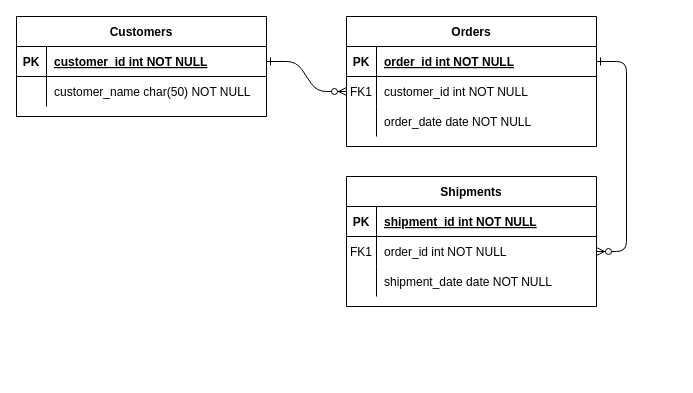
Before: Diagrama sem nome.drawio in sofidocx/mdc053, a draw.io diagram. Source tidied: cells renumbered, new cells numbered last; positions are measured from the earlier drawing's top-left corner, leaving out a move shared by most shapes. Both pictures are drawn from the tidied source at 100%, with x=0, y=0 at pixel (16, 16).
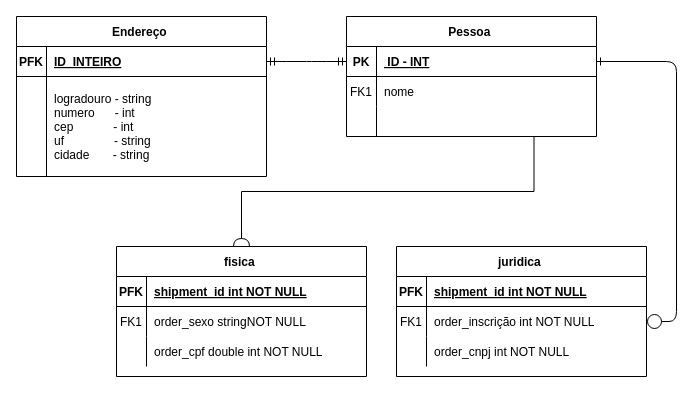
After the change.

The change refers to these unchanged cells:
```xml
<mxCell id="8" style="shape=partialRectangle;fillColor=none;points=[[0,0.5],[1,0.5]];portConstraint=eastwest;top=0;left=0;right=0;bottom=0;" parent="4" vertex="1">
  <mxGeometry y="60" width="250" height="30" as="geometry" />
</mxCell>
<mxCell id="11" style="shape=partialRectangle;fillColor=none;top=0;left=0;right=0;bottom=0;" parent="4" vertex="1">
  <mxGeometry y="90" width="250" height="30" as="geometry" />
</mxCell>
<mxCell id="15" style="shape=partialRectangle;fillColor=none;top=0;left=0;right=0;bottom=1;" parent="14" vertex="1">
  <mxGeometry y="30" width="250" height="30" as="geometry" />
</mxCell>
<mxCell id="18" style="shape=partialRectangle;fillColor=none;points=[[0,0.5],[1,0.5]];portConstraint=eastwest;top=0;left=0;right=0;bottom=0;" parent="14" vertex="1">
  <mxGeometry y="60" width="250" height="30" as="geometry" />
</mxCell>
<mxCell id="21" style="shape=partialRectangle;fillColor=none;top=0;left=0;right=0;bottom=0;" parent="14" vertex="1">
  <mxGeometry y="90" width="250" height="30" as="geometry" />
</mxCell>
<mxCell id="25" style="shape=partialRectangle;fillColor=none;points=[[0,0.5],[1,0.5]];portConstraint=eastwest;top=0;left=0;right=0;bottom=1;" parent="24" vertex="1">
  <mxGeometry y="30" width="250" height="30" as="geometry" />
</mxCell>
```

What changed in the source:
```diff
@@
-    <mxCell id="2" style="edgeStyle=entityRelationEdgeStyle;endArrow=ERzeroToMany;startArrow=ERone;endFill=1;startFill=0;" parent="1" edge="1" source="25" target="8">
+    <mxCell id="2" style="edgeStyle=entityRelationEdgeStyle;endArrow=ERmandOne;startArrow=ERmandOne;endFill=0;startFill=0;entryX=0;entryY=0.5;entryDx=0;entryDy=0;" parent="1" edge="1" source="25" target="5">
       <mxGeometry relative="1" as="geometry" />
     </mxCell>
-    <mxCell id="3" style="edgeStyle=entityRelationEdgeStyle;endArrow=ERzeroToMany;startArrow=ERone;endFill=1;startFill=0;" parent="1" edge="1" source="5" target="18">
-      <mxGeometry relative="1" as="geometry" />
+    <mxCell id="3" style="edgeStyle=entityRelationEdgeStyle;endArrow=circle;startArrow=ERone;endFill=0;startFill=0;" parent="1" edge="1" source="5" target="18">
+      <mxGeometry relative="1" as="geometry">
+        <Array as="points">
+          <mxPoint x="480" y="210" />
+          <mxPoint x="560" y="210" />
+          <mxPoint x="650" y="340" />
+        </Array>
+      </mxGeometry>
     </mxCell>
+    <mxCell id="31" style="rounded=0;jettySize=auto;html=1;exitX=0.75;exitY=1;exitDx=0;exitDy=0;verticalAlign=middle;edgeStyle=orthogonalEdgeStyle;entryX=0.5;entryY=0;entryDx=0;entryDy=0;horizontal=1;endArrow=halfCircle;endFill=0;" parent="1" edge="1" source="4" target="32">
+      <mxGeometry relative="1" as="geometry" />
+    </mxCell>
-    <mxCell id="4" value="Orders" style="shape=table;startSize=30;childLayout=tableLayout;rowLines=0;fontStyle=1;align=center;" parent="1" vertex="1">
-      <mxGeometry x="330" width="250" height="130" as="geometry" />
+    <mxCell id="4" value="Pessoa " style="shape=table;startSize=30;childLayout=tableLayout;rowLines=0;fontStyle=1;align=center;" parent="1" vertex="1">
+      <mxGeometry x="330" width="250" height="120" as="geometry" />
     </mxCell>
-    <mxCell id="5" style="shape=partialRectangle;fillColor=none;points=[[0,0.5],[1,0.5]];portConstraint=eastwest;top=0;left=0;right=0;bottom=1;" parent="4" vertex="1">
+    <mxCell id="5" style="shape=partialRectangle;fillColor=none;points=[[0,0.5],[1,0.5]];portConstraint=eastwest;top=0;left=0;right=0;bottom=1;horizontal=1;" parent="4" vertex="1">
       <mxGeometry y="30" width="250" height="30" as="geometry" />
     </mxCell>
@@
-    <mxCell id="7" value="order_id int NOT NULL " style="shape=partialRectangle;overflow=hidden;fillColor=none;top=0;left=0;bottom=0;right=0;align=left;spacingLeft=6;fontStyle=5;" parent="5" vertex="1">
+    <mxCell id="7" value=" ID - INT" style="shape=partialRectangle;overflow=hidden;fillColor=none;top=0;left=0;bottom=0;right=0;align=left;spacingLeft=6;fontStyle=5;" parent="5" vertex="1">
       <mxGeometry x="30" width="220" height="30" as="geometry" />
     </mxCell>
@@
-    <mxCell id="10" value="customer_id int NOT NULL" style="shape=partialRectangle;overflow=hidden;fillColor=none;top=0;left=0;bottom=0;right=0;align=left;spacingLeft=6;" parent="8" vertex="1">
+    <mxCell id="10" value="nome " style="shape=partialRectangle;overflow=hidden;fillColor=none;top=0;left=0;bottom=0;right=0;align=left;spacingLeft=6;" parent="8" vertex="1">
       <mxGeometry x="30" width="220" height="30" as="geometry" />
     </mxCell>
@@
-    <mxCell id="13" value="order_date date NOT NULL" style="shape=partialRectangle;overflow=hidden;fillColor=none;top=0;left=0;bottom=0;right=0;align=left;spacingLeft=6;" parent="11" vertex="1">
+    <mxCell id="13" style="shape=partialRectangle;overflow=hidden;fillColor=none;top=0;left=0;bottom=0;right=0;align=left;spacingLeft=6;" parent="11" vertex="1">
       <mxGeometry x="30" width="220" height="30" as="geometry" />
     </mxCell>
-    <mxCell id="14" value="Shipments" style="shape=table;startSize=30;childLayout=tableLayout;rowLines=0;fontStyle=1;align=center;" parent="1" vertex="1">
-      <mxGeometry x="330" y="160" width="250" height="130" as="geometry" />
+    <mxCell id="14" value="juridica " style="shape=table;startSize=30;childLayout=tableLayout;rowLines=0;fontStyle=1;align=center;" parent="1" vertex="1">
+      <mxGeometry x="380" y="230" width="250" height="130" as="geometry" />
     </mxCell>
@@
-    <mxCell id="16" value="PK" style="shape=partialRectangle;overflow=hidden;fillColor=none;top=0;left=0;bottom=0;right=0;fontStyle=1;" parent="15" vertex="1">
+    <mxCell id="16" value="PFK" style="shape=partialRectangle;overflow=hidden;fillColor=none;top=0;left=0;bottom=0;right=0;fontStyle=1;" parent="15" vertex="1">
       <mxGeometry width="30" height="30" as="geometry" />
     </mxCell>
@@
-    <mxCell id="20" value="order_id int NOT NULL" style="shape=partialRectangle;overflow=hidden;fillColor=none;top=0;left=0;bottom=0;right=0;align=left;spacingLeft=6;" parent="18" vertex="1">
+    <mxCell id="20" value="order_inscrição int NOT NULL" style="shape=partialRectangle;overflow=hidden;fillColor=none;top=0;left=0;bottom=0;right=0;align=left;spacingLeft=6;" parent="18" vertex="1">
       <mxGeometry x="30" width="220" height="30" as="geometry" />
     </mxCell>
@@
-    <mxCell id="23" value="shipment_date date NOT NULL" style="shape=partialRectangle;overflow=hidden;fillColor=none;top=0;left=0;bottom=0;right=0;align=left;spacingLeft=6;" parent="21" vertex="1">
+    <mxCell id="23" value="order_cnpj int NOT NULL" style="shape=partialRectangle;overflow=hidden;fillColor=none;top=0;left=0;bottom=0;right=0;align=left;spacingLeft=6;" parent="21" vertex="1">
       <mxGeometry x="30" width="220" height="30" as="geometry" />
     </mxCell>
-    <mxCell id="24" value="Customers" style="shape=table;startSize=30;childLayout=tableLayout;rowLines=0;fontStyle=1;align=center;" parent="1" vertex="1">
-      <mxGeometry width="250" height="100" as="geometry" />
+    <mxCell id="24" value="Endereço " style="shape=table;startSize=30;childLayout=tableLayout;rowLines=0;fontStyle=1;align=center;" parent="1" vertex="1">
+      <mxGeometry width="250" height="160" as="geometry" />
     </mxCell>
@@
-    <mxCell id="26" value="PK" style="shape=partialRectangle;overflow=hidden;fillColor=none;top=0;left=0;bottom=0;right=0;fontStyle=1;" parent="25" vertex="1">
+    <mxCell id="26" value="PFK" style="shape=partialRectangle;overflow=hidden;fillColor=none;top=0;left=0;bottom=0;right=0;fontStyle=1;" parent="25" vertex="1">
       <mxGeometry width="30" height="30" as="geometry" />
     </mxCell>
-    <mxCell id="27" value="customer_id int NOT NULL " style="shape=partialRectangle;overflow=hidden;fillColor=none;top=0;left=0;bottom=0;right=0;align=left;spacingLeft=6;fontStyle=5;" parent="25" vertex="1">
+    <mxCell id="27" value="ID_INTEIRO" style="shape=partialRectangle;overflow=hidden;fillColor=none;top=0;left=0;bottom=0;right=0;align=left;spacingLeft=6;fontStyle=5;" parent="25" vertex="1">
       <mxGeometry x="30" width="220" height="30" as="geometry" />
     </mxCell>
     <mxCell id="28" style="shape=partialRectangle;fillColor=none;top=0;left=0;right=0;bottom=0;" parent="24" vertex="1">
-      <mxGeometry y="60" width="250" height="30" as="geometry" />
+      <mxGeometry y="60" width="250" height="100" as="geometry" />
     </mxCell>
     <mxCell id="29" style="shape=partialRectangle;overflow=hidden;fillColor=none;top=0;left=0;bottom=0;right=0;" parent="28" vertex="1">
-      <mxGeometry width="30" height="30" as="geometry" />
+      <mxGeometry width="30" height="100" as="geometry" />
     </mxCell>
-    <mxCell id="30" value="customer_name char(50) NOT NULL" style="shape=partialRectangle;overflow=hidden;fillColor=none;top=0;left=0;bottom=0;right=0;align=left;spacingLeft=6;" parent="28" vertex="1">
-      <mxGeometry x="30" width="220" height="30" as="geometry" />
+    <mxCell id="30" value="logradouro - string&#10;numero      - int &#10;cep            - int&#10;uf               - string &#10;cidade       - string " style="shape=partialRectangle;overflow=hidden;fillColor=none;top=0;left=0;bottom=0;right=0;align=left;spacingLeft=6;" parent="28" vertex="1">
+      <mxGeometry x="30" width="220" height="100" as="geometry" />
     </mxCell>
+    <mxCell id="32" value="fisica " style="shape=table;startSize=30;childLayout=tableLayout;rowLines=0;fontStyle=1;align=center;" parent="1" vertex="1">
+      <mxGeometry x="100" y="230" width="250" height="130" as="geometry" />
+    </mxCell>
+    <mxCell id="33" style="shape=partialRectangle;fillColor=none;top=0;left=0;right=0;bottom=1;" parent="32" vertex="1">
+      <mxGeometry y="30" width="250" height="30" as="geometry" />
+    </mxCell>
+    <mxCell id="34" value="PFK" style="shape=partialRectangle;overflow=hidden;fillColor=none;top=0;left=0;bottom=0;right=0;fontStyle=1;" parent="33" vertex="1">
+      <mxGeometry width="30" height="30" as="geometry" />
+    </mxCell>
+    <mxCell id="35" value="shipment_id int NOT NULL " style="shape=partialRectangle;overflow=hidden;fillColor=none;top=0;left=0;bottom=0;right=0;align=left;spacingLeft=6;fontStyle=5;" parent="33" vertex="1">
+      <mxGeometry x="30" width="220" height="30" as="geometry" />
+    </mxCell>
+    <mxCell id="36" style="shape=partialRectangle;fillColor=none;top=0;left=0;right=0;bottom=0;" parent="32" vertex="1">
+      <mxGeometry y="60" width="250" height="30" as="geometry" />
+    </mxCell>
+    <mxCell id="37" value="FK1" style="shape=partialRectangle;overflow=hidden;fillColor=none;top=0;left=0;bottom=0;right=0;" parent="36" vertex="1">
+      <mxGeometry width="30" height="30" as="geometry" />
+    </mxCell>
+    <mxCell id="38" value="order_sexo stringNOT NULL" style="shape=partialRectangle;overflow=hidden;fillColor=none;top=0;left=0;bottom=0;right=0;align=left;spacingLeft=6;" parent="36" vertex="1">
+      <mxGeometry x="30" width="220" height="30" as="geometry" />
+    </mxCell>
+    <mxCell id="39" style="shape=partialRectangle;fillColor=none;top=0;left=0;right=0;bottom=0;" parent="32" vertex="1">
+      <mxGeometry y="90" width="250" height="30" as="geometry" />
+    </mxCell>
+    <mxCell id="40" style="shape=partialRectangle;overflow=hidden;fillColor=none;top=0;left=0;bottom=0;right=0;" parent="39" vertex="1">
+      <mxGeometry width="30" height="30" as="geometry" />
+    </mxCell>
+    <mxCell id="41" value="order_cpf double int NOT NULL" style="shape=partialRectangle;overflow=hidden;fillColor=none;top=0;left=0;bottom=0;right=0;align=left;spacingLeft=6;" parent="39" vertex="1">
+      <mxGeometry x="30" width="220" height="30" as="geometry" />
+    </mxCell>
```
